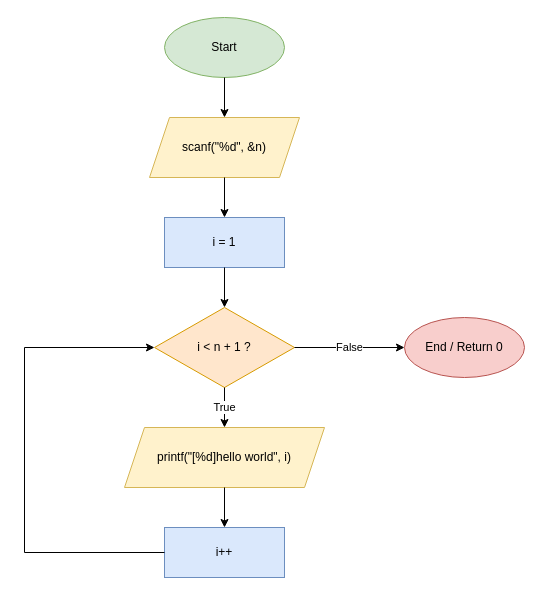
The draw.io diagram lab1/lab11.drawio in hoybonbon1233/ENGCE117, before the edit. Source tidied: cells renumbered, new cells numbered last; positions are measured from the earlier drawing's top-left corner, leaving out a move shared by most shapes. Both pictures are drawn from the tidied source at 100%, with x=0, y=0 at pixel (24, 17).
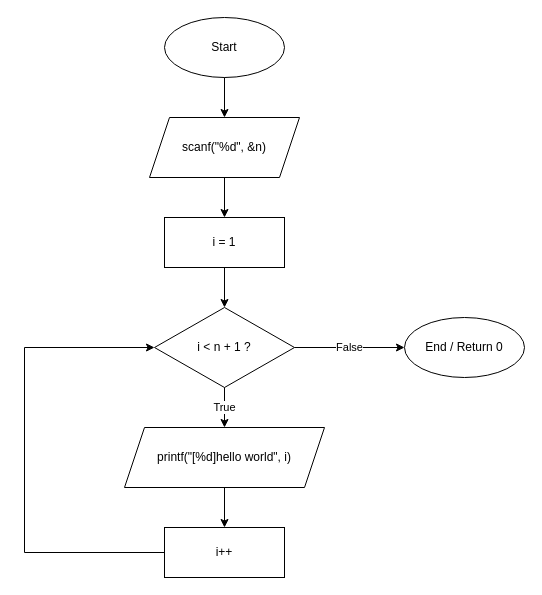
The same diagram, later.

Diff of the diagram source:
```diff
@@
 <mxGraphModel>
   <root>
     <mxCell id="0" />
     <mxCell id="1" parent="0" />
-    <mxCell id="2" value="Start" style="ellipse;whiteSpace=wrap;html=1;fillColor=#d5e8d4;strokeColor=#82b366;" parent="1" vertex="1">
+    <mxCell id="2" value="Start" style="ellipse;whiteSpace=wrap;html=1;" parent="1" vertex="1">
       <mxGeometry x="140" width="120" height="60" as="geometry" />
     </mxCell>
-    <mxCell id="3" value="scanf(&quot;%d&quot;, &amp;n)" style="shape=parallelogram;perimeter=parallelogramPerimeter;whiteSpace=wrap;html=1;fixedSize=1;fillColor=#fff2cc;strokeColor=#d6b656;" parent="1" vertex="1">
+    <mxCell id="3" value="scanf(&quot;%d&quot;, &amp;n)" style="shape=parallelogram;perimeter=parallelogramPerimeter;whiteSpace=wrap;html=1;fixedSize=1;" parent="1" vertex="1">
       <mxGeometry x="125" y="100" width="150" height="60" as="geometry" />
     </mxCell>
-    <mxCell id="4" value="i = 1" style="rounded=0;whiteSpace=wrap;html=1;fillColor=#dae8fc;strokeColor=#6c8ebf;" parent="1" vertex="1">
+    <mxCell id="4" value="i = 1" style="rounded=0;whiteSpace=wrap;html=1;" parent="1" vertex="1">
       <mxGeometry x="140" y="200" width="120" height="50" as="geometry" />
     </mxCell>
-    <mxCell id="5" value="i &lt; n + 1 ?" style="rhombus;whiteSpace=wrap;html=1;fillColor=#ffe6cc;strokeColor=#d79b00;" parent="1" vertex="1">
+    <mxCell id="5" value="i &lt; n + 1 ?" style="rhombus;whiteSpace=wrap;html=1;" parent="1" vertex="1">
       <mxGeometry x="130" y="290" width="140" height="80" as="geometry" />
     </mxCell>
-    <mxCell id="6" value="printf(&quot;[%d]hello world&quot;, i)" style="shape=parallelogram;perimeter=parallelogramPerimeter;whiteSpace=wrap;html=1;fixedSize=1;fillColor=#fff2cc;strokeColor=#d6b656;" parent="1" vertex="1">
+    <mxCell id="6" value="printf(&quot;[%d]hello world&quot;, i)" style="shape=parallelogram;perimeter=parallelogramPerimeter;whiteSpace=wrap;html=1;fixedSize=1;" parent="1" vertex="1">
       <mxGeometry x="100" y="410" width="200" height="60" as="geometry" />
     </mxCell>
-    <mxCell id="7" value="i++" style="rounded=0;whiteSpace=wrap;html=1;fillColor=#dae8fc;strokeColor=#6c8ebf;" parent="1" vertex="1">
+    <mxCell id="7" value="i++" style="rounded=0;whiteSpace=wrap;html=1;" parent="1" vertex="1">
       <mxGeometry x="140" y="510" width="120" height="50" as="geometry" />
     </mxCell>
-    <mxCell id="8" value="End / Return 0" style="ellipse;whiteSpace=wrap;html=1;fillColor=#f8cecc;strokeColor=#b85450;" parent="1" vertex="1">
+    <mxCell id="8" value="End / Return 0" style="ellipse;whiteSpace=wrap;html=1;" parent="1" vertex="1">
       <mxGeometry x="380" y="300" width="120" height="60" as="geometry" />
     </mxCell>
     <mxCell id="9" style="edgeStyle=orthogonalEdgeStyle;rounded=0;jettySize=auto;html=1;" parent="1" edge="1" source="2" target="3">
       <mxGeometry relative="1" as="geometry" />
     </mxCell>
     <mxCell id="10" style="edgeStyle=orthogonalEdgeStyle;rounded=0;jettySize=auto;html=1;" parent="1" edge="1" source="3" target="4">
       <mxGeometry relative="1" as="geometry" />
     </mxCell>
     <mxCell id="11" style="edgeStyle=orthogonalEdgeStyle;rounded=0;jettySize=auto;html=1;" parent="1" edge="1" source="4" target="5">
       <mxGeometry relative="1" as="geometry" />
     </mxCell>
     <mxCell id="12" value="True" style="edgeStyle=orthogonalEdgeStyle;rounded=0;jettySize=auto;html=1;" parent="1" edge="1" source="5" target="6">
       <mxGeometry relative="1" as="geometry" />
     </mxCell>
     <mxCell id="13" style="edgeStyle=orthogonalEdgeStyle;rounded=0;jettySize=auto;html=1;" parent="1" edge="1" source="6" target="7">
       <mxGeometry relative="1" as="geometry" />
     </mxCell>
     <mxCell id="14" style="edgeStyle=orthogonalEdgeStyle;rounded=0;jettySize=auto;html=1;entryX=0;entryY=0.5;entryDx=0;entryDy=0;" parent="1" edge="1" source="7" target="5">
       <mxGeometry relative="1" as="geometry">
         <Array as="points">
           <mxPoint y="535" />
           <mxPoint y="330" />
         </Array>
       </mxGeometry>
     </mxCell>
     <mxCell id="15" value="False" style="edgeStyle=orthogonalEdgeStyle;rounded=0;jettySize=auto;html=1;" parent="1" edge="1" source="5" target="8">
       <mxGeometry relative="1" as="geometry" />
     </mxCell>
   </root>
 </mxGraphModel>
```
